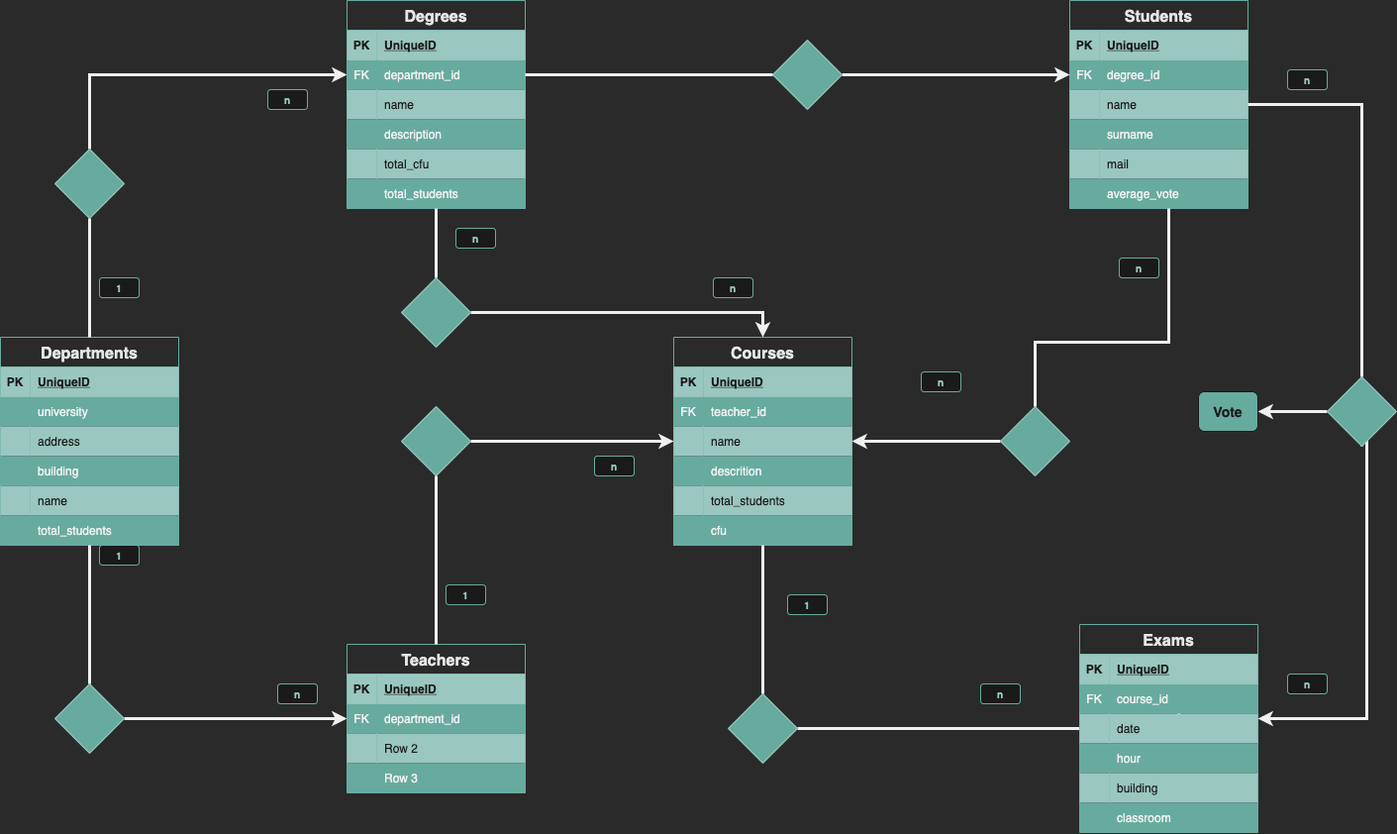
BrunosCode/db-university keeps this draw.io diagram as university_database.drawio.png. Above is the earlier version. Source tidied: cells renumbered, new cells last; positions are measured from the earlier drawing's top-left corner, leaving out a move shared by most shapes.
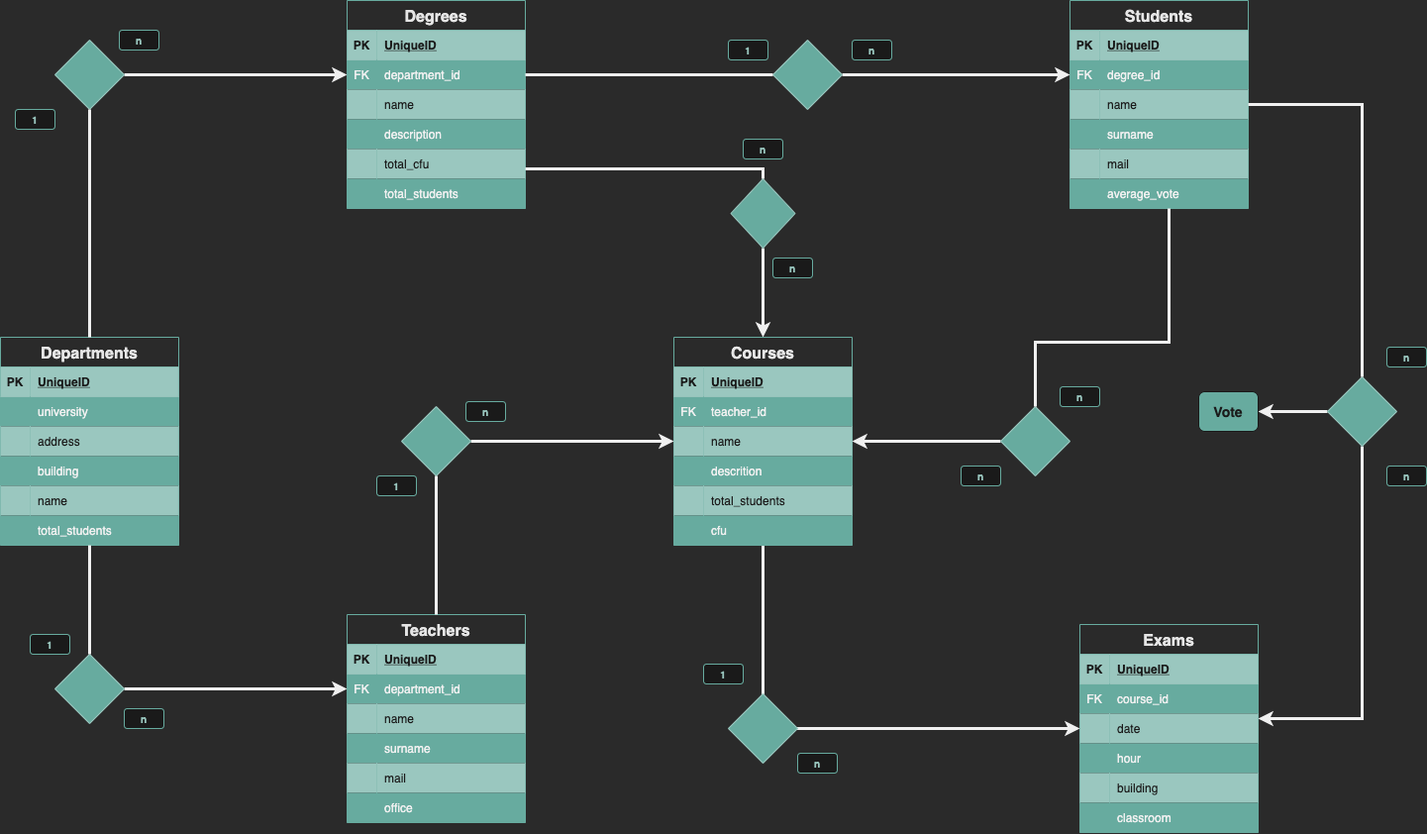
Above is the later version.

What changed in the source:
```diff
@@ -125,13 +125,13 @@
     <mxCell id="42" value="total_students" style="shape=partialRectangle;fillColor=#67AB9F;top=0;left=0;bottom=0;right=0;align=left;spacingLeft=6;overflow=hidden;strokeWidth=2;strokeColor=#67AB9F;" parent="40" vertex="1">
       <mxGeometry x="30" width="150" height="30" as="geometry" />
     </mxCell>
-    <mxCell id="43" style="edgeStyle=orthogonalEdgeStyle;rounded=0;jettySize=auto;html=1;entryX=0.556;entryY=0;entryDx=0;entryDy=0;entryPerimeter=0;fontSize=16;fontColor=#E6E6E6;startSize=30;strokeWidth=3;startArrow=none;" parent="1" edge="1" source="145" target="98">
-      <mxGeometry relative="1" as="geometry">
-        <Array as="points">
-          <mxPoint x="1190" y="735" />
-        </Array>
-      </mxGeometry>
-    </mxCell>
+    <mxCell id="150" style="edgeStyle=orthogonalEdgeStyle;rounded=0;jettySize=auto;html=1;strokeWidth=3;" parent="1" edge="1" source="44" target="98">
+      <mxGeometry relative="1" as="geometry">
+        <Array as="points">
+          <mxPoint x="770" y="735" />
+        </Array>
+      </mxGeometry>
+    </mxCell>
     <mxCell id="44" value="Courses" style="shape=table;startSize=30;rowLines=0;fontStyle=1;align=center;strokeWidth=1;strokeColor=#67AB9F;fontColor=#E6E6E6;fontSize=16;" parent="1" vertex="1">
       <mxGeometry x="680" y="340" width="180" height="210" as="geometry" />
     </mxCell>
@@ -195,8 +195,7 @@
     <mxCell id="64" style="edgeStyle=orthogonalEdgeStyle;rounded=0;jettySize=auto;html=1;fontSize=16;fontColor=#E6E6E6;startSize=30;strokeWidth=3;startArrow=none;exitX=0.5;exitY=1;exitDx=0;exitDy=0;" parent="1" edge="1" source="131" target="98">
       <mxGeometry relative="1" as="geometry">
         <Array as="points">
-          <mxPoint x="1380" y="440" />
-          <mxPoint x="1380" y="725" />
+          <mxPoint x="1375" y="725" />
         </Array>
       </mxGeometry>
     </mxCell>
@@ -261,7 +260,7 @@
       <mxGeometry relative="1" as="geometry" />
     </mxCell>
     <mxCell id="85" value="Teachers" style="shape=table;startSize=30;rowLines=0;fontStyle=1;align=center;strokeWidth=1;strokeColor=#67AB9F;fontColor=#E6E6E6;fontSize=16;" parent="1" vertex="1">
-      <mxGeometry x="350" y="650" width="180" height="150" as="geometry" />
+      <mxGeometry x="350" y="620" width="180" height="210" as="geometry" />
     </mxCell>
     <mxCell id="86" style="shape=partialRectangle;fillColor=none;top=0;left=0;bottom=1;right=0;fontColor=#190033;strokeWidth=1;" parent="85" vertex="1">
       <mxGeometry y="30" width="180" height="30" as="geometry" />
@@ -287,7 +286,7 @@
     <mxCell id="93" style="shape=partialRectangle;fillColor=#9AC7BF;top=0;left=0;bottom=0;right=0;overflow=hidden;strokeWidth=1;strokeColor=#82b366;fontColor=#1A1A1A;" parent="92" vertex="1">
       <mxGeometry width="30" height="30" as="geometry" />
     </mxCell>
-    <mxCell id="94" value="Row 2" style="shape=partialRectangle;fillColor=#9AC7BF;top=0;left=0;bottom=0;right=0;align=left;spacingLeft=6;overflow=hidden;strokeWidth=1;strokeColor=#82b366;fontColor=#1A1A1A;" parent="92" vertex="1">
+    <mxCell id="94" value="name" style="shape=partialRectangle;fillColor=#9AC7BF;top=0;left=0;bottom=0;right=0;align=left;spacingLeft=6;overflow=hidden;strokeWidth=1;strokeColor=#82b366;fontColor=#1A1A1A;" parent="92" vertex="1">
       <mxGeometry x="30" width="150" height="30" as="geometry" />
     </mxCell>
     <mxCell id="95" style="shape=partialRectangle;fillColor=none;top=0;left=0;bottom=0;right=0;fontColor=#190033;strokeWidth=1;" parent="85" vertex="1">
@@ -296,9 +295,27 @@
     <mxCell id="96" style="shape=partialRectangle;fillColor=#67AB9F;top=0;left=0;bottom=0;right=0;overflow=hidden;strokeWidth=1;strokeColor=#82b366;" parent="95" vertex="1">
       <mxGeometry width="30" height="30" as="geometry" />
     </mxCell>
-    <mxCell id="97" value="Row 3" style="shape=partialRectangle;fillColor=#67AB9F;top=0;left=0;bottom=0;right=0;align=left;spacingLeft=6;overflow=hidden;strokeWidth=2;strokeColor=#67AB9F;" parent="95" vertex="1">
+    <mxCell id="97" value="surname" style="shape=partialRectangle;fillColor=#67AB9F;top=0;left=0;bottom=0;right=0;align=left;spacingLeft=6;overflow=hidden;strokeWidth=2;strokeColor=#67AB9F;" parent="95" vertex="1">
       <mxGeometry x="30" width="150" height="30" as="geometry" />
     </mxCell>
+    <mxCell id="151" style="shape=partialRectangle;fillColor=none;top=0;left=0;bottom=0;right=0;fontColor=#190033;strokeWidth=1;" parent="85" vertex="1">
+      <mxGeometry y="150" width="180" height="30" as="geometry" />
+    </mxCell>
+    <mxCell id="152" style="shape=partialRectangle;fillColor=#9AC7BF;top=0;left=0;bottom=0;right=0;overflow=hidden;strokeWidth=1;strokeColor=#82b366;fontColor=#1A1A1A;" parent="151" vertex="1">
+      <mxGeometry width="30" height="30" as="geometry" />
+    </mxCell>
+    <mxCell id="153" value="mail" style="shape=partialRectangle;fillColor=#9AC7BF;top=0;left=0;bottom=0;right=0;align=left;spacingLeft=6;overflow=hidden;strokeWidth=1;strokeColor=#82b366;fontColor=#1A1A1A;" parent="151" vertex="1">
+      <mxGeometry x="30" width="150" height="30" as="geometry" />
+    </mxCell>
+    <mxCell id="154" style="shape=partialRectangle;fillColor=none;top=0;left=0;bottom=0;right=0;fontColor=#190033;strokeWidth=1;" parent="85" vertex="1">
+      <mxGeometry y="180" width="180" height="30" as="geometry" />
+    </mxCell>
+    <mxCell id="155" style="shape=partialRectangle;fillColor=#67AB9F;top=0;left=0;bottom=0;right=0;overflow=hidden;strokeWidth=1;strokeColor=#82b366;" parent="154" vertex="1">
+      <mxGeometry width="30" height="30" as="geometry" />
+    </mxCell>
+    <mxCell id="156" value="office" style="shape=partialRectangle;fillColor=#67AB9F;top=0;left=0;bottom=0;right=0;align=left;spacingLeft=6;overflow=hidden;strokeWidth=2;strokeColor=#67AB9F;" parent="154" vertex="1">
+      <mxGeometry x="30" width="150" height="30" as="geometry" />
+    </mxCell>
     <mxCell id="98" value="Exams" style="shape=table;startSize=30;rowLines=0;fontStyle=1;align=center;strokeWidth=1;strokeColor=#67AB9F;fontColor=#E6E6E6;fontSize=16;" parent="1" vertex="1">
       <mxGeometry x="1090" y="630" width="180" height="210" as="geometry" />
     </mxCell>
@@ -357,13 +374,13 @@
       <mxGeometry x="30" width="150" height="30" as="geometry" />
     </mxCell>
     <mxCell id="117" style="rhombus;whiteSpace=wrap;html=1;fillColor=#67AB9F;strokeColor=#9AC7BF;" parent="1" vertex="1">
-      <mxGeometry x="55" y="150" width="70" height="70" as="geometry" />
+      <mxGeometry x="55" y="40" width="70" height="70" as="geometry" />
     </mxCell>
     <mxCell id="118" style="edgeStyle=orthogonalEdgeStyle;rounded=0;jettySize=auto;html=1;endArrow=none;strokeWidth=3;" parent="1" edge="1" source="4" target="117">
       <mxGeometry relative="1" as="geometry" />
     </mxCell>
     <mxCell id="119" style="rhombus;whiteSpace=wrap;html=1;fillColor=#67AB9F;strokeColor=#9AC7BF;" parent="1" vertex="1">
-      <mxGeometry x="55" y="690" width="70" height="70" as="geometry" />
+      <mxGeometry x="55" y="660" width="70" height="70" as="geometry" />
     </mxCell>
     <mxCell id="120" style="edgeStyle=orthogonalEdgeStyle;rounded=0;jettySize=auto;html=1;strokeWidth=3;endArrow=none;" parent="1" edge="1" source="4" target="119">
       <mxGeometry relative="1" as="geometry" />
@@ -378,10 +395,15 @@
       <mxGeometry relative="1" as="geometry" />
     </mxCell>
     <mxCell id="124" style="rhombus;whiteSpace=wrap;html=1;fillColor=#67AB9F;strokeColor=#9AC7BF;" parent="1" vertex="1">
-      <mxGeometry x="405" y="280" width="70" height="70" as="geometry" />
+      <mxGeometry x="737.5" y="180" width="65" height="70" as="geometry" />
     </mxCell>
     <mxCell id="125" style="edgeStyle=orthogonalEdgeStyle;rounded=0;jettySize=auto;html=1;fontSize=16;fontColor=#E6E6E6;startSize=30;strokeWidth=3;endArrow=none;" parent="1" edge="1" source="24" target="124">
-      <mxGeometry relative="1" as="geometry" />
+      <mxGeometry relative="1" as="geometry">
+        <Array as="points">
+          <mxPoint x="690" y="170" />
+          <mxPoint x="690" y="170" />
+        </Array>
+      </mxGeometry>
     </mxCell>
     <mxCell id="126" style="rhombus;whiteSpace=wrap;html=1;fillColor=#67AB9F;strokeColor=#9AC7BF;" parent="1" vertex="1">
       <mxGeometry x="405" y="410" width="70" height="70" as="geometry" />
@@ -409,59 +431,58 @@
       <mxGeometry relative="1" as="geometry" />
     </mxCell>
     <mxCell id="133" value="1" style="text;html=1;strokeColor=#67AB9F;fillColor=#1A1A1A;align=center;verticalAlign=middle;whiteSpace=wrap;rounded=1;labelBorderColor=none;fontSize=10;fontColor=#9AC7BF;fontStyle=1;" parent="1" vertex="1">
-      <mxGeometry x="100" y="550" width="40" height="20" as="geometry" />
+      <mxGeometry x="30" y="640" width="40" height="20" as="geometry" />
     </mxCell>
     <mxCell id="134" value="1" style="text;html=1;strokeColor=#67AB9F;fillColor=#1A1A1A;align=center;verticalAlign=middle;whiteSpace=wrap;rounded=1;labelBorderColor=none;fontSize=10;fontColor=#9AC7BF;fontStyle=1;" parent="1" vertex="1">
-      <mxGeometry x="100" y="280" width="40" height="20" as="geometry" />
+      <mxGeometry x="15" y="110" width="40" height="20" as="geometry" />
     </mxCell>
     <mxCell id="135" value="n" style="text;html=1;strokeColor=#67AB9F;fillColor=#1A1A1A;align=center;verticalAlign=middle;whiteSpace=wrap;rounded=1;labelBorderColor=none;fontSize=10;fontColor=#9AC7BF;fontStyle=1;" parent="1" vertex="1">
-      <mxGeometry x="280" y="690" width="40" height="20" as="geometry" />
+      <mxGeometry x="125" y="715" width="40" height="20" as="geometry" />
     </mxCell>
     <mxCell id="136" value="n" style="text;html=1;strokeColor=#67AB9F;fillColor=#1A1A1A;align=center;verticalAlign=middle;whiteSpace=wrap;rounded=1;labelBorderColor=none;fontSize=10;fontColor=#9AC7BF;fontStyle=1;" parent="1" vertex="1">
-      <mxGeometry x="270" y="90" width="40" height="20" as="geometry" />
+      <mxGeometry x="120" y="30" width="40" height="20" as="geometry" />
     </mxCell>
     <mxCell id="137" value="n" style="text;html=1;strokeColor=#67AB9F;fillColor=#1A1A1A;align=center;verticalAlign=middle;whiteSpace=wrap;rounded=1;labelBorderColor=none;fontSize=10;fontColor=#9AC7BF;fontStyle=1;" parent="1" vertex="1">
-      <mxGeometry x="460" y="230" width="40" height="20" as="geometry" />
+      <mxGeometry x="750" y="140" width="40" height="20" as="geometry" />
     </mxCell>
     <mxCell id="138" value="n" style="text;html=1;strokeColor=#67AB9F;fillColor=#1A1A1A;align=center;verticalAlign=middle;whiteSpace=wrap;rounded=1;labelBorderColor=none;fontSize=10;fontColor=#9AC7BF;fontStyle=1;" parent="1" vertex="1">
-      <mxGeometry x="720" y="280" width="40" height="20" as="geometry" />
+      <mxGeometry x="780" y="260" width="40" height="20" as="geometry" />
     </mxCell>
     <mxCell id="139" value="1" style="text;html=1;strokeColor=#67AB9F;fillColor=#1A1A1A;align=center;verticalAlign=middle;whiteSpace=wrap;rounded=1;labelBorderColor=none;fontSize=10;fontColor=#9AC7BF;fontStyle=1;" parent="1" vertex="1">
-      <mxGeometry x="450" y="590" width="40" height="20" as="geometry" />
+      <mxGeometry x="380" y="480" width="40" height="20" as="geometry" />
     </mxCell>
     <mxCell id="140" value="n" style="text;html=1;strokeColor=#67AB9F;fillColor=#1A1A1A;align=center;verticalAlign=middle;whiteSpace=wrap;rounded=1;labelBorderColor=none;fontSize=10;fontColor=#9AC7BF;fontStyle=1;" parent="1" vertex="1">
-      <mxGeometry x="600" y="460" width="40" height="20" as="geometry" />
+      <mxGeometry x="470" y="405" width="40" height="20" as="geometry" />
     </mxCell>
     <mxCell id="141" value="n" style="text;html=1;strokeColor=#67AB9F;fillColor=#1A1A1A;align=center;verticalAlign=middle;whiteSpace=wrap;rounded=1;labelBorderColor=none;fontSize=10;fontColor=#9AC7BF;fontStyle=1;" parent="1" vertex="1">
-      <mxGeometry x="1300" y="680" width="40" height="20" as="geometry" />
+      <mxGeometry x="1400" y="470" width="40" height="20" as="geometry" />
     </mxCell>
     <mxCell id="142" value="n" style="text;html=1;strokeColor=#67AB9F;fillColor=#1A1A1A;align=center;verticalAlign=middle;whiteSpace=wrap;rounded=1;labelBorderColor=none;fontSize=10;fontColor=#9AC7BF;fontStyle=1;" parent="1" vertex="1">
-      <mxGeometry x="1300" y="70" width="40" height="20" as="geometry" />
+      <mxGeometry x="1400" y="350" width="40" height="20" as="geometry" />
     </mxCell>
     <mxCell id="143" value="n" style="text;html=1;strokeColor=#67AB9F;fillColor=#1A1A1A;align=center;verticalAlign=middle;whiteSpace=wrap;rounded=1;labelBorderColor=none;fontSize=10;fontColor=#9AC7BF;fontStyle=1;" parent="1" vertex="1">
-      <mxGeometry x="930" y="375" width="40" height="20" as="geometry" />
+      <mxGeometry x="970" y="470" width="40" height="20" as="geometry" />
     </mxCell>
     <mxCell id="144" value="n" style="text;html=1;strokeColor=#67AB9F;fillColor=#1A1A1A;align=center;verticalAlign=middle;whiteSpace=wrap;rounded=1;labelBorderColor=none;fontSize=10;fontColor=#9AC7BF;fontStyle=1;" parent="1" vertex="1">
-      <mxGeometry x="1130" y="260" width="40" height="20" as="geometry" />
+      <mxGeometry x="1070" y="390" width="40" height="20" as="geometry" />
     </mxCell>
     <mxCell id="145" style="rhombus;whiteSpace=wrap;html=1;fillColor=#67AB9F;strokeColor=#9AC7BF;" parent="1" vertex="1">
       <mxGeometry x="735" y="700" width="70" height="70" as="geometry" />
     </mxCell>
-    <mxCell id="146" style="edgeStyle=orthogonalEdgeStyle;rounded=0;jettySize=auto;html=1;fontSize=16;fontColor=#E6E6E6;startSize=30;strokeWidth=3;endArrow=none;entryX=0.5;entryY=0;entryDx=0;entryDy=0;" parent="1" edge="1" source="44" target="145">
-      <mxGeometry relative="1" as="geometry">
-        <Array as="points">
-          <mxPoint x="770" y="700" />
-        </Array>
-      </mxGeometry>
-    </mxCell>
     <mxCell id="147" value="n" style="text;html=1;strokeColor=#67AB9F;fillColor=#1A1A1A;align=center;verticalAlign=middle;whiteSpace=wrap;rounded=1;labelBorderColor=none;fontSize=10;fontColor=#9AC7BF;fontStyle=1;" parent="1" vertex="1">
-      <mxGeometry x="990" y="690" width="40" height="20" as="geometry" />
+      <mxGeometry x="805" y="760" width="40" height="20" as="geometry" />
     </mxCell>
     <mxCell id="148" value="1" style="text;html=1;strokeColor=#67AB9F;fillColor=#1A1A1A;align=center;verticalAlign=middle;whiteSpace=wrap;rounded=1;labelBorderColor=none;fontSize=10;fontColor=#9AC7BF;fontStyle=1;" parent="1" vertex="1">
-      <mxGeometry x="795" y="600" width="40" height="20" as="geometry" />
+      <mxGeometry x="710" y="670" width="40" height="20" as="geometry" />
     </mxCell>
     <mxCell id="149" value="&lt;font style=&quot;font-size: 14px&quot;&gt;Vote&lt;/font&gt;" style="text;html=1;strokeColor=#1A1A1A;fillColor=#67AB9F;align=center;verticalAlign=middle;whiteSpace=wrap;rounded=1;labelBorderColor=none;fontSize=10;fontColor=#1A1A1A;fontStyle=1;" parent="1" vertex="1">
       <mxGeometry x="1210" y="395" width="60" height="40" as="geometry" />
     </mxCell>
+    <mxCell id="157" value="n" style="text;html=1;strokeColor=#67AB9F;fillColor=#1A1A1A;align=center;verticalAlign=middle;whiteSpace=wrap;rounded=1;labelBorderColor=none;fontSize=10;fontColor=#9AC7BF;fontStyle=1;" parent="1" vertex="1">
+      <mxGeometry x="860" y="40" width="40" height="20" as="geometry" />
+    </mxCell>
+    <mxCell id="158" value="1" style="text;html=1;strokeColor=#67AB9F;fillColor=#1A1A1A;align=center;verticalAlign=middle;whiteSpace=wrap;rounded=1;labelBorderColor=none;fontSize=10;fontColor=#9AC7BF;fontStyle=1;" parent="1" vertex="1">
+      <mxGeometry x="735" y="40" width="40" height="20" as="geometry" />
+    </mxCell>
   </root>
 </mxGraphModel>
```
